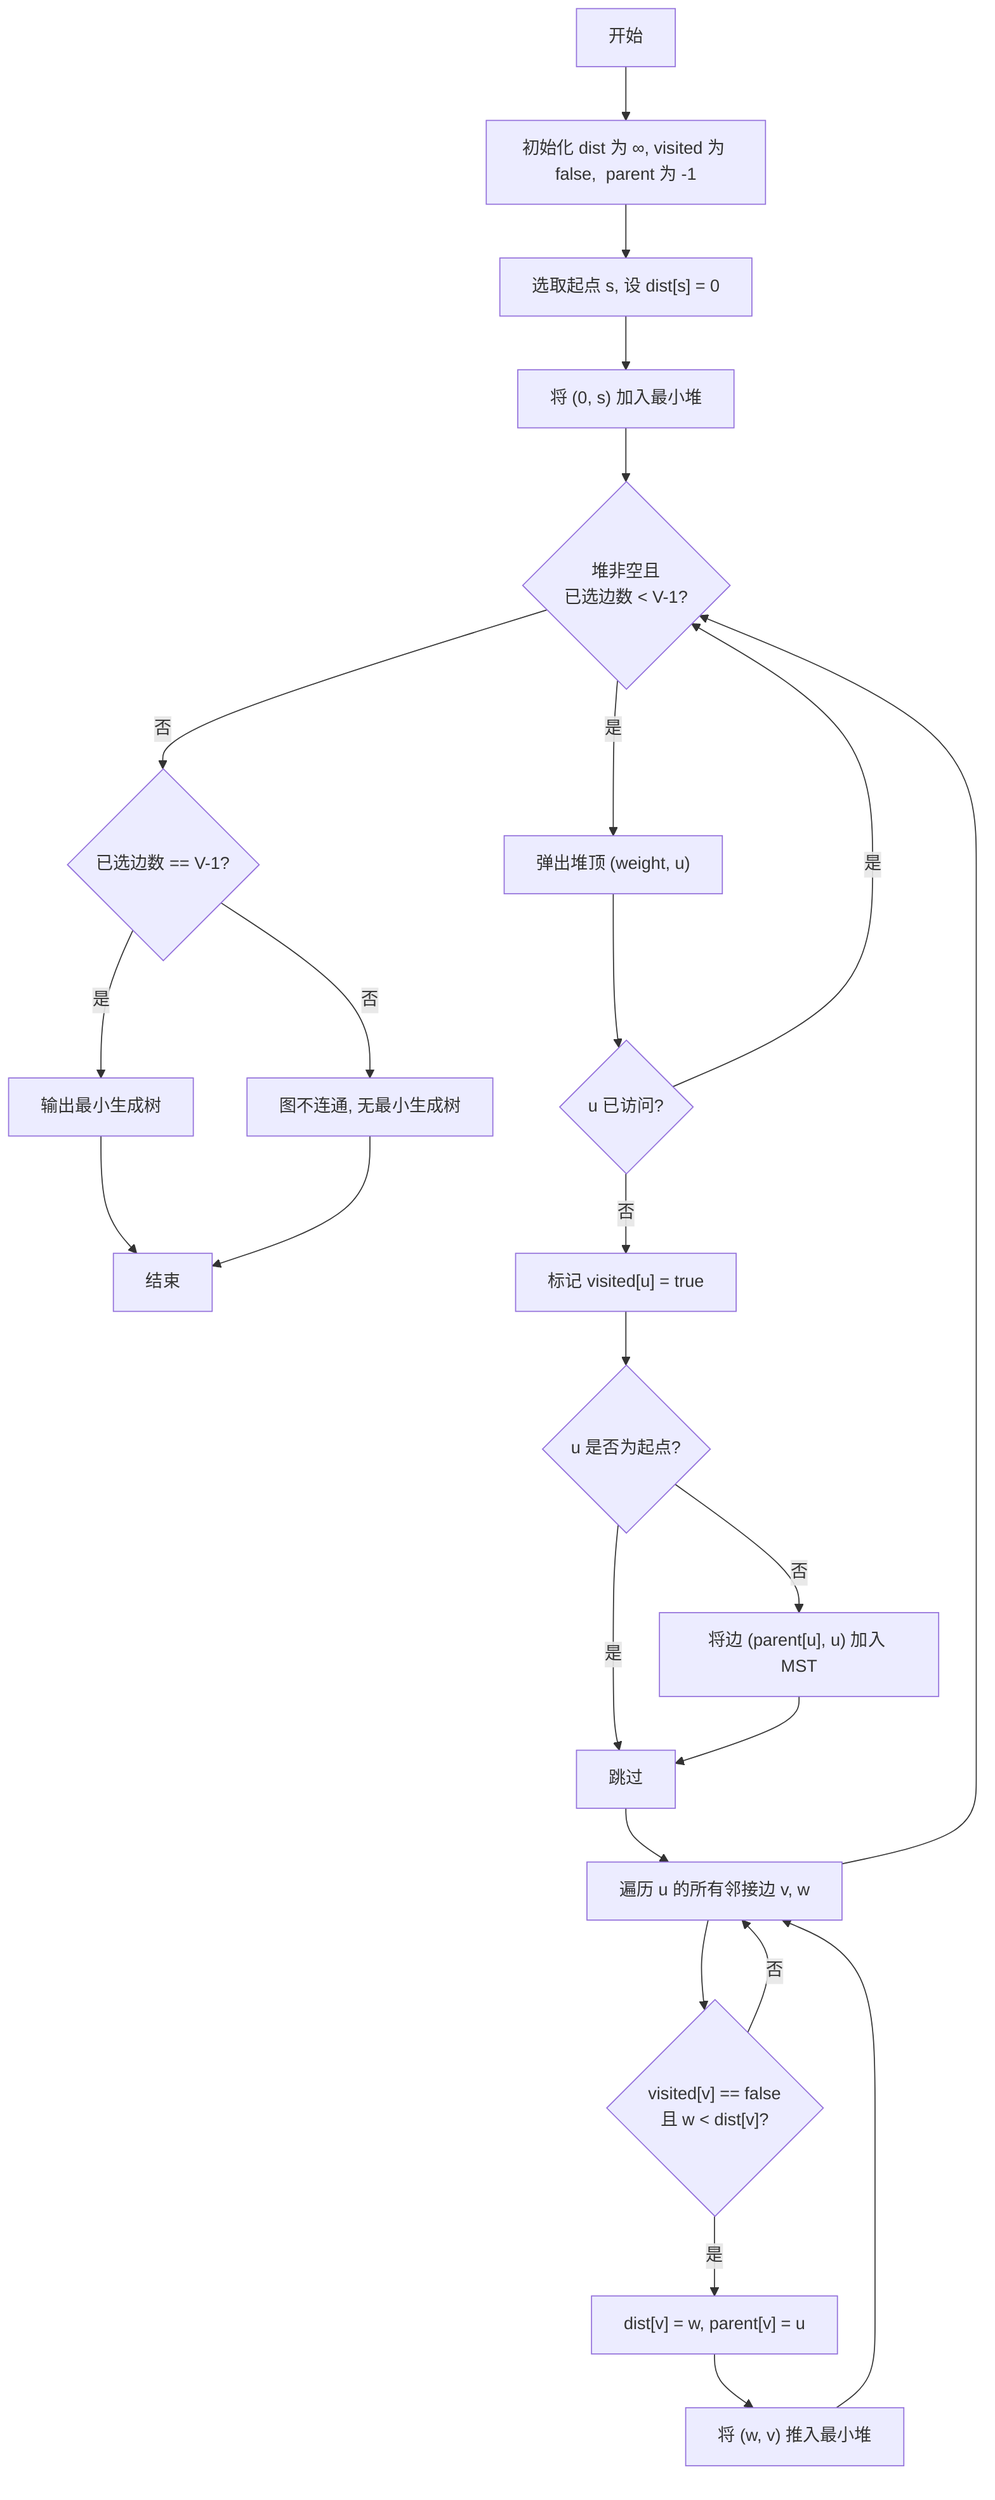
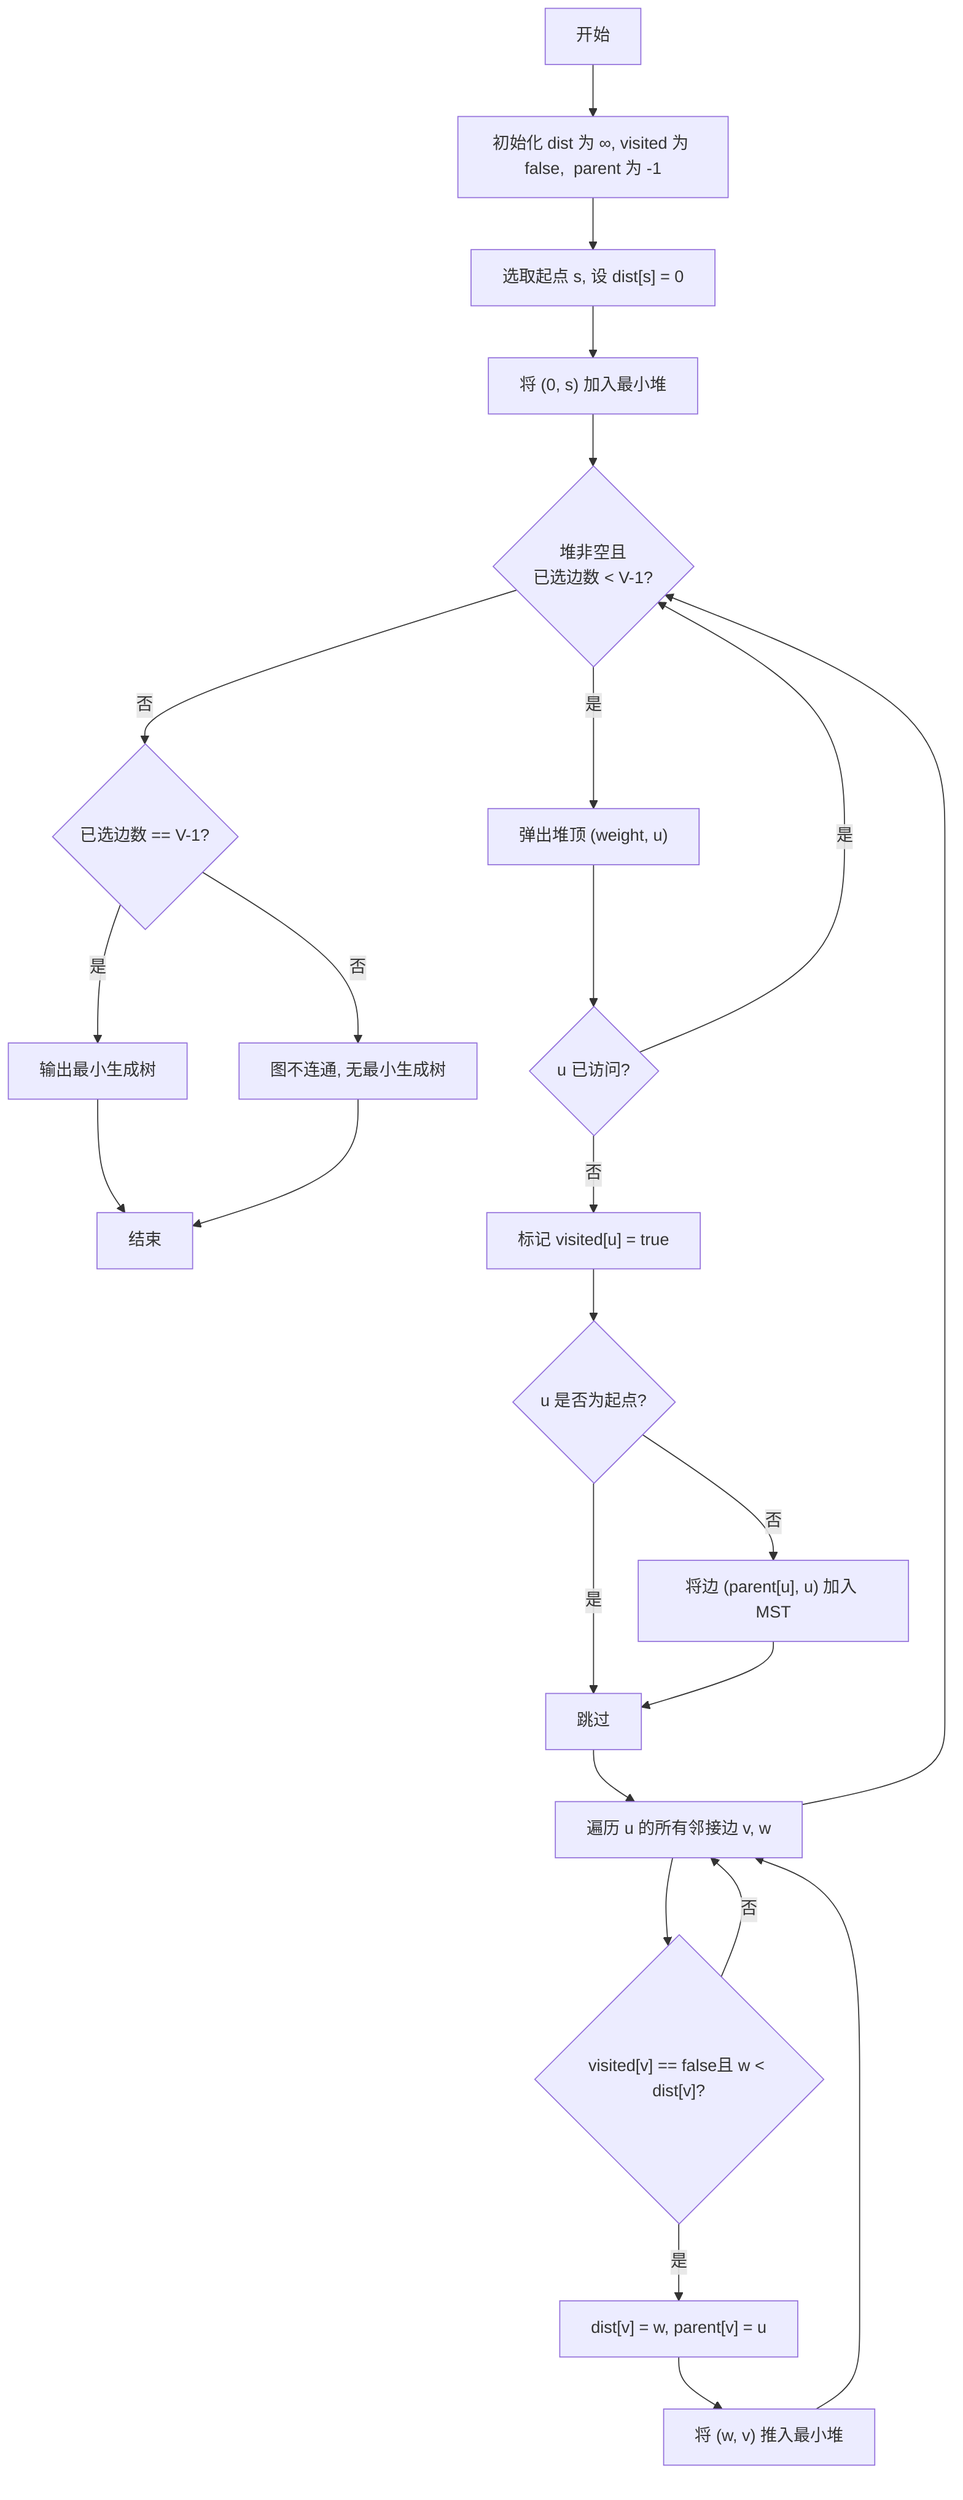
flowchart TD
    A[开始] --> B[初始化 dist 为 ∞, visited 为 false,  parent 为 -1]
    B --> C["选取起点 s, 设 dist[s] = 0"]
    C --> D["将 (0, s) 加入最小堆"]
    D --> E{堆非空且<br>已选边数 < V-1?}
    E -- 否 --> F{已选边数 == V-1?}
    F -- 是 --> G[输出最小生成树]
    F -- 否 --> H[图不连通, 无最小生成树]
    G --> Z[结束]
    H --> Z

    E -- 是 --> I["弹出堆顶 (weight, u)"]
    I --> J{u 已访问?}
    J -- 是 --> E
    J -- 否 --> K["标记 visited[u] = true"]
    K --> L{u 是否为起点?}
    L -- 否 --> M["将边 (parent[u], u) 加入 MST"]
    L -- 是 --> N[跳过]
    M --> N
    N --> O[遍历 u 的所有邻接边 v, w]
-     O --> P{"visited[v] == false<br>且 w < dist[v]?"}
+     O --> P{"visited[v] == false<br\>且 w < dist[v]?"}
    P -- 否 --> O
    P -- 是 --> Q["dist[v] = w, parent[v] = u"]
    Q --> R["将 (w, v) 推入最小堆"]
    R --> O
    O --> E